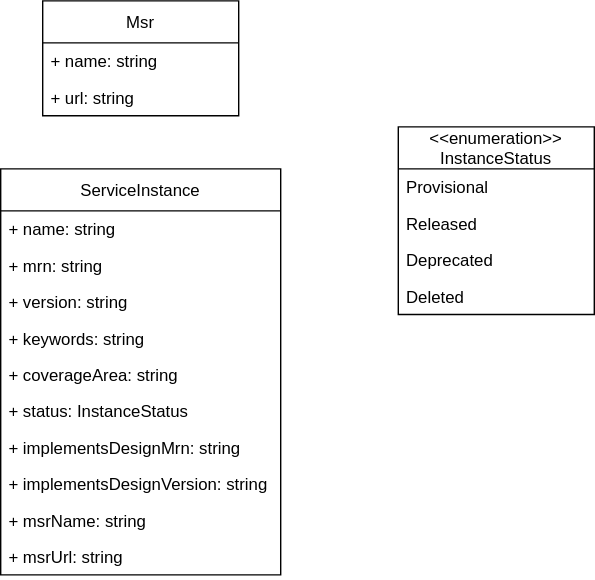
This is materials/msr-ledger.drawio.svg from maritimeconnectivity/g1128-msr-ledger-service-specification, a draw.io export, as it was before one commit. Source tidied: cells renumbered, new cells last; positions are measured from the earlier drawing's top-left corner, leaving out a move shared by most shapes. Source of this version:
```xml
<mxGraphModel>
  <root>
    <mxCell id="0" />
    <mxCell id="1" parent="0" />
    <mxCell id="2" value="Msr" style="swimlane;fontStyle=0;horizontal=1;startSize=30;fillColor=none;" parent="1" vertex="1">
      <mxGeometry x="30" width="140" height="82" as="geometry" />
    </mxCell>
    <mxCell id="3" value="+ name: string" style="text;strokeColor=none;fillColor=none;align=left;verticalAlign=top;spacingLeft=4;spacingRight=4;overflow=hidden;" parent="2" vertex="1">
      <mxGeometry y="30" width="140" height="26" as="geometry" />
    </mxCell>
    <mxCell id="4" value="+ url: string" style="text;strokeColor=none;fillColor=none;align=left;verticalAlign=top;spacingLeft=4;spacingRight=4;overflow=hidden;" parent="2" vertex="1">
      <mxGeometry y="56" width="140" height="26" as="geometry" />
    </mxCell>
    <mxCell id="5" value="&lt;&lt;enumeration&gt;&gt;&#10;InstanceStatus" style="swimlane;fontStyle=0;horizontal=1;startSize=30;fillColor=none;" parent="1" vertex="1">
      <mxGeometry x="284" y="90" width="140" height="134" as="geometry" />
    </mxCell>
    <mxCell id="6" value="Provisional" style="text;strokeColor=none;fillColor=none;align=left;verticalAlign=top;spacingLeft=4;spacingRight=4;overflow=hidden;" parent="5" vertex="1">
      <mxGeometry y="30" width="140" height="26" as="geometry" />
    </mxCell>
    <mxCell id="7" value="Released&#10;" style="text;strokeColor=none;fillColor=none;align=left;verticalAlign=top;spacingLeft=4;spacingRight=4;overflow=hidden;" parent="5" vertex="1">
      <mxGeometry y="56" width="140" height="26" as="geometry" />
    </mxCell>
    <mxCell id="8" value="Deprecated" style="text;strokeColor=none;fillColor=none;align=left;verticalAlign=top;spacingLeft=4;spacingRight=4;overflow=hidden;" parent="5" vertex="1">
      <mxGeometry y="82" width="140" height="26" as="geometry" />
    </mxCell>
    <mxCell id="9" value="Deleted" style="text;strokeColor=none;fillColor=none;align=left;verticalAlign=top;spacingLeft=4;spacingRight=4;overflow=hidden;" parent="5" vertex="1">
      <mxGeometry y="108" width="140" height="26" as="geometry" />
    </mxCell>
    <mxCell id="10" value="ServiceInstance" style="swimlane;fontStyle=0;horizontal=1;startSize=30;fillColor=none;" parent="1" vertex="1">
      <mxGeometry y="120" width="200" height="290" as="geometry" />
    </mxCell>
    <mxCell id="11" value="+ name: string" style="text;strokeColor=none;fillColor=none;align=left;verticalAlign=top;spacingLeft=4;spacingRight=4;overflow=hidden;" parent="10" vertex="1">
      <mxGeometry y="30" width="200" height="26" as="geometry" />
    </mxCell>
    <mxCell id="12" value="+ mrn: string" style="text;strokeColor=none;fillColor=none;align=left;verticalAlign=top;spacingLeft=4;spacingRight=4;overflow=hidden;" parent="10" vertex="1">
      <mxGeometry y="56" width="200" height="26" as="geometry" />
    </mxCell>
    <mxCell id="13" value="+ version: string" style="text;strokeColor=none;fillColor=none;align=left;verticalAlign=top;spacingLeft=4;spacingRight=4;overflow=hidden;" parent="10" vertex="1">
      <mxGeometry y="82" width="200" height="26" as="geometry" />
    </mxCell>
    <mxCell id="14" value="+ keywords: string" style="text;strokeColor=none;fillColor=none;align=left;verticalAlign=top;spacingLeft=4;spacingRight=4;overflow=hidden;" parent="10" vertex="1">
      <mxGeometry y="108" width="200" height="26" as="geometry" />
    </mxCell>
    <mxCell id="15" value="+ coverageArea: string" style="text;strokeColor=none;fillColor=none;align=left;verticalAlign=top;spacingLeft=4;spacingRight=4;overflow=hidden;" parent="10" vertex="1">
      <mxGeometry y="134" width="200" height="26" as="geometry" />
    </mxCell>
    <mxCell id="16" value="+ status: InstanceStatus" style="text;strokeColor=none;fillColor=none;align=left;verticalAlign=top;spacingLeft=4;spacingRight=4;overflow=hidden;" parent="10" vertex="1">
      <mxGeometry y="160" width="200" height="26" as="geometry" />
    </mxCell>
    <mxCell id="17" value="+ implementsDesignMrn: string" style="text;strokeColor=none;fillColor=none;align=left;verticalAlign=top;spacingLeft=4;spacingRight=4;overflow=hidden;" parent="10" vertex="1">
      <mxGeometry y="186" width="200" height="26" as="geometry" />
    </mxCell>
    <mxCell id="18" value="+ implementsDesignVersion: string" style="text;strokeColor=none;fillColor=none;align=left;verticalAlign=top;spacingLeft=4;spacingRight=4;overflow=hidden;" parent="10" vertex="1">
      <mxGeometry y="212" width="200" height="26" as="geometry" />
    </mxCell>
    <mxCell id="19" value="+ msrName: string" style="text;strokeColor=none;fillColor=none;align=left;verticalAlign=top;spacingLeft=4;spacingRight=4;overflow=hidden;" parent="10" vertex="1">
      <mxGeometry y="238" width="200" height="26" as="geometry" />
    </mxCell>
    <mxCell id="20" value="+ msrUrl: string" style="text;strokeColor=none;fillColor=none;align=left;verticalAlign=top;spacingLeft=4;spacingRight=4;overflow=hidden;" parent="10" vertex="1">
      <mxGeometry y="264" width="200" height="26" as="geometry" />
    </mxCell>
  </root>
</mxGraphModel>
```
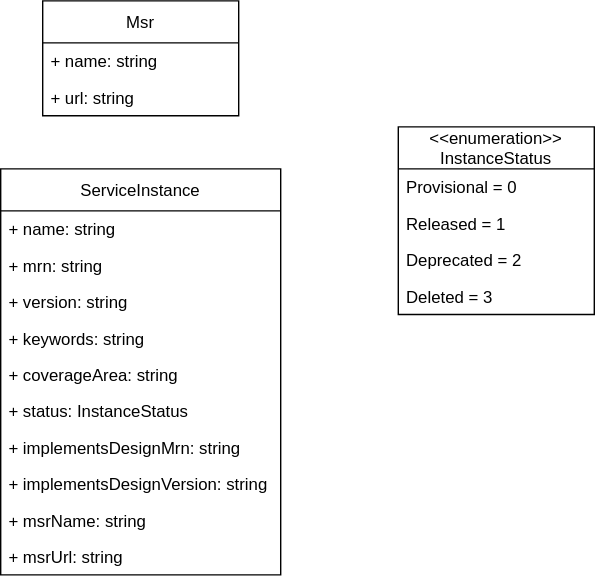
After the change.

What changed in the source:
```diff
@@ -14,16 +14,16 @@
     <mxCell id="5" value="&lt;&lt;enumeration&gt;&gt;&#10;InstanceStatus" style="swimlane;fontStyle=0;horizontal=1;startSize=30;fillColor=none;" parent="1" vertex="1">
       <mxGeometry x="284" y="90" width="140" height="134" as="geometry" />
     </mxCell>
-    <mxCell id="6" value="Provisional" style="text;strokeColor=none;fillColor=none;align=left;verticalAlign=top;spacingLeft=4;spacingRight=4;overflow=hidden;" parent="5" vertex="1">
+    <mxCell id="6" value="Provisional = 0" style="text;strokeColor=none;fillColor=none;align=left;verticalAlign=top;spacingLeft=4;spacingRight=4;overflow=hidden;" parent="5" vertex="1">
       <mxGeometry y="30" width="140" height="26" as="geometry" />
     </mxCell>
-    <mxCell id="7" value="Released&#10;" style="text;strokeColor=none;fillColor=none;align=left;verticalAlign=top;spacingLeft=4;spacingRight=4;overflow=hidden;" parent="5" vertex="1">
+    <mxCell id="7" value="Released = 1&#10;" style="text;strokeColor=none;fillColor=none;align=left;verticalAlign=top;spacingLeft=4;spacingRight=4;overflow=hidden;" parent="5" vertex="1">
       <mxGeometry y="56" width="140" height="26" as="geometry" />
     </mxCell>
-    <mxCell id="8" value="Deprecated" style="text;strokeColor=none;fillColor=none;align=left;verticalAlign=top;spacingLeft=4;spacingRight=4;overflow=hidden;" parent="5" vertex="1">
+    <mxCell id="8" value="Deprecated = 2" style="text;strokeColor=none;fillColor=none;align=left;verticalAlign=top;spacingLeft=4;spacingRight=4;overflow=hidden;" parent="5" vertex="1">
       <mxGeometry y="82" width="140" height="26" as="geometry" />
     </mxCell>
-    <mxCell id="9" value="Deleted" style="text;strokeColor=none;fillColor=none;align=left;verticalAlign=top;spacingLeft=4;spacingRight=4;overflow=hidden;" parent="5" vertex="1">
+    <mxCell id="9" value="Deleted = 3" style="text;strokeColor=none;fillColor=none;align=left;verticalAlign=top;spacingLeft=4;spacingRight=4;overflow=hidden;" parent="5" vertex="1">
       <mxGeometry y="108" width="140" height="26" as="geometry" />
     </mxCell>
     <mxCell id="10" value="ServiceInstance" style="swimlane;fontStyle=0;horizontal=1;startSize=30;fillColor=none;" parent="1" vertex="1">
```
